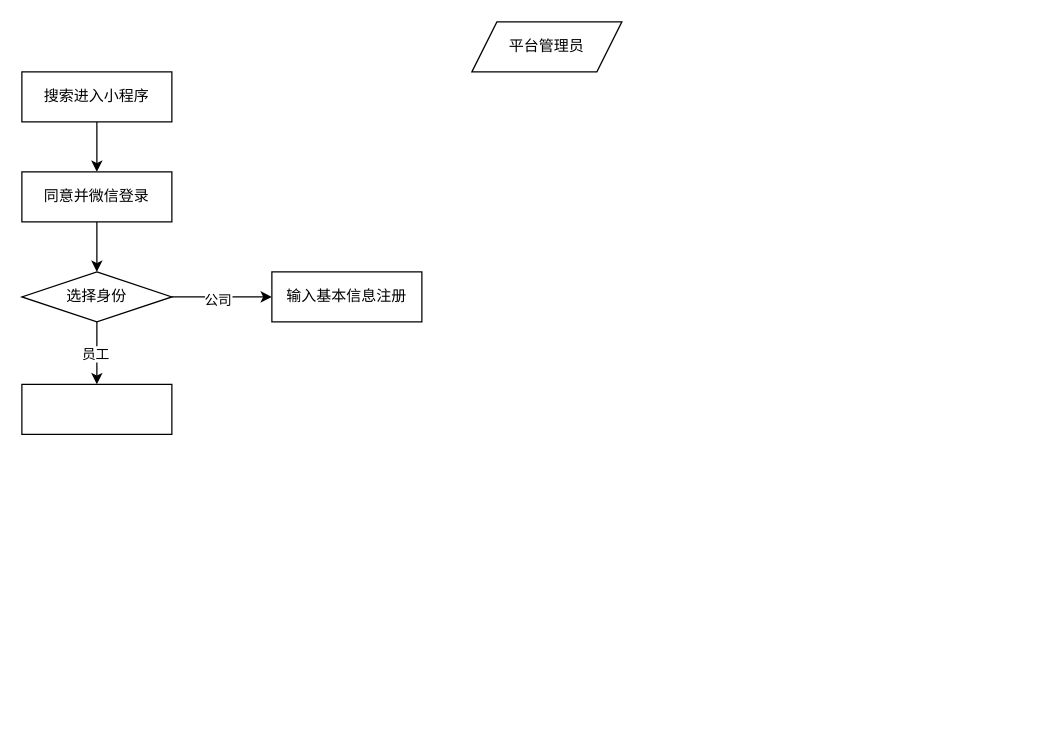
The draw.io diagram 未命名绘图.drawio in domexie/cjlu.ink.drawio, before the edit. Source tidied: cells renumbered, new cells numbered last; positions are measured from the earlier drawing's top-left corner, leaving out a move shared by most shapes. Both pictures are drawn from the tidied source at 125%, with x=0, y=0 at pixel (21, 21).
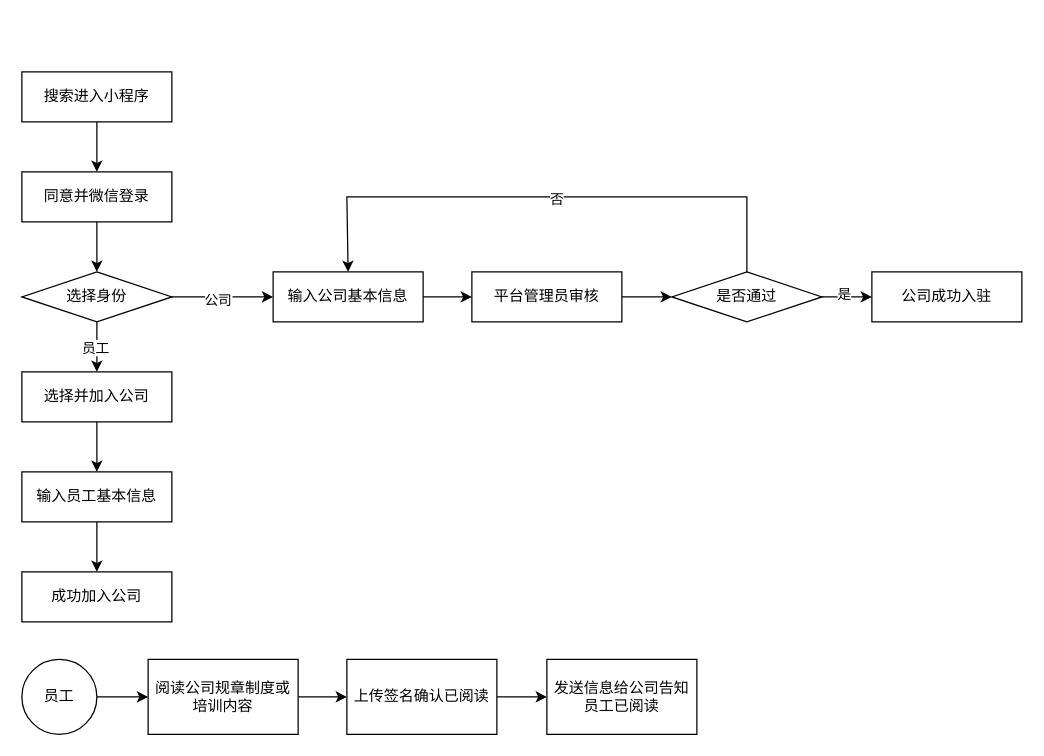
The same page after the edit.

What changed in the source:
```diff
@@
+    <mxCell id="14" style="edgeStyle=orthogonalEdgeStyle;rounded=0;jettySize=auto;html=1;" parent="1" edge="1" source="9" target="17">
+      <mxGeometry relative="1" as="geometry" />
+    </mxCell>
-    <mxCell id="9" value="输入基本信息注册" style="whiteSpace=wrap;html=1;rounded=0;" parent="1" vertex="1">
-      <mxGeometry x="200" y="200" width="120" height="40" as="geometry" />
+    <mxCell id="9" value="输入公司基本信息" style="whiteSpace=wrap;html=1;rounded=0;" parent="1" vertex="1">
+      <mxGeometry x="201" y="200" width="120" height="40" as="geometry" />
     </mxCell>
+    <mxCell id="15" style="edgeStyle=orthogonalEdgeStyle;rounded=0;jettySize=auto;html=1;" parent="1" edge="1" source="10" target="25">
+      <mxGeometry relative="1" as="geometry" />
+    </mxCell>
-    <mxCell id="10" style="whiteSpace=wrap;html=1;rounded=0;" parent="1" vertex="1">
-      <mxGeometry y="290" width="120" height="40" as="geometry" />
+    <mxCell id="10" value="选择并加入公司" style="whiteSpace=wrap;html=1;rounded=0;" parent="1" vertex="1">
+      <mxGeometry y="280" width="120" height="40" as="geometry" />
     </mxCell>
-    <mxCell id="11" value="平台管理员" style="shape=parallelogram;perimeter=parallelogramPerimeter;whiteSpace=wrap;html=1;fixedSize=1;" parent="1" vertex="1">
-      <mxGeometry x="360" width="120" height="40" as="geometry" />
-    </mxCell>
@@
+    <mxCell id="16" style="edgeStyle=orthogonalEdgeStyle;rounded=0;jettySize=auto;html=1;" parent="1" edge="1" source="17" target="22">
+      <mxGeometry relative="1" as="geometry" />
+    </mxCell>
+    <mxCell id="17" value="平台管理员审核" style="whiteSpace=wrap;html=1;rounded=0;" parent="1" vertex="1">
+      <mxGeometry x="360" y="200" width="120" height="40" as="geometry" />
+    </mxCell>
+    <mxCell id="18" style="edgeStyle=orthogonalEdgeStyle;rounded=0;jettySize=auto;html=1;exitX=0.5;exitY=0;exitDx=0;exitDy=0;entryX=0.5;entryY=0;entryDx=0;entryDy=0;" parent="1" edge="1" source="22" target="9">
+      <mxGeometry relative="1" as="geometry">
+        <Array as="points">
+          <mxPoint x="580" y="140" />
+          <mxPoint x="260" y="140" />
+        </Array>
+      </mxGeometry>
+    </mxCell>
+    <mxCell id="19" value="否" style="edgeLabel;html=1;align=center;verticalAlign=middle;" parent="18" vertex="1">
+      <mxGeometry x="-0.03" y="1" relative="1" as="geometry" />
+    </mxCell>
+    <mxCell id="20" style="edgeStyle=orthogonalEdgeStyle;rounded=0;jettySize=auto;html=1;" parent="1" edge="1" source="22" target="23">
+      <mxGeometry relative="1" as="geometry" />
+    </mxCell>
+    <mxCell id="21" value="是" style="edgeLabel;html=1;align=center;verticalAlign=middle;" parent="20" vertex="1">
+      <mxGeometry x="-0.14" y="3" relative="1" as="geometry" />
+    </mxCell>
+    <mxCell id="22" value="是否通过" style="rhombus;whiteSpace=wrap;html=1;rounded=0;" parent="1" vertex="1">
+      <mxGeometry x="520" y="200" width="120" height="40" as="geometry" />
+    </mxCell>
+    <mxCell id="23" value="公司成功入驻" style="whiteSpace=wrap;html=1;rounded=0;" parent="1" vertex="1">
+      <mxGeometry x="680" y="200" width="120" height="40" as="geometry" />
+    </mxCell>
+    <mxCell id="24" style="edgeStyle=orthogonalEdgeStyle;rounded=0;jettySize=auto;html=1;" parent="1" edge="1" source="25" target="26">
+      <mxGeometry relative="1" as="geometry" />
+    </mxCell>
+    <mxCell id="25" value="输入员工基本信息" style="whiteSpace=wrap;html=1;rounded=0;" parent="1" vertex="1">
+      <mxGeometry y="360" width="120" height="40" as="geometry" />
+    </mxCell>
+    <mxCell id="26" value="成功加入公司" style="whiteSpace=wrap;html=1;rounded=0;" parent="1" vertex="1">
+      <mxGeometry y="440" width="120" height="40" as="geometry" />
+    </mxCell>
+    <mxCell id="27" style="edgeStyle=orthogonalEdgeStyle;rounded=0;jettySize=auto;html=1;" parent="1" edge="1" source="28" target="30">
+      <mxGeometry relative="1" as="geometry" />
+    </mxCell>
+    <mxCell id="28" value="员工" style="ellipse;whiteSpace=wrap;html=1;" parent="1" vertex="1">
+      <mxGeometry y="510" width="60" height="60" as="geometry" />
+    </mxCell>
+    <mxCell id="29" style="edgeStyle=orthogonalEdgeStyle;rounded=0;jettySize=auto;html=1;" parent="1" edge="1" source="30" target="32">
+      <mxGeometry relative="1" as="geometry" />
+    </mxCell>
+    <mxCell id="30" value="阅读公司规章制度或培训内容" style="whiteSpace=wrap;html=1;" parent="1" vertex="1">
+      <mxGeometry x="101" y="510" width="120" height="60" as="geometry" />
+    </mxCell>
+    <mxCell id="31" style="edgeStyle=orthogonalEdgeStyle;rounded=0;jettySize=auto;html=1;" parent="1" edge="1" source="32" target="33">
+      <mxGeometry relative="1" as="geometry" />
+    </mxCell>
+    <mxCell id="32" value="上传签名确认已阅读" style="whiteSpace=wrap;html=1;" parent="1" vertex="1">
+      <mxGeometry x="260" y="510" width="120" height="60" as="geometry" />
+    </mxCell>
+    <mxCell id="33" value="发送信息给公司告知员工已阅读" style="whiteSpace=wrap;html=1;" parent="1" vertex="1">
+      <mxGeometry x="420" y="510" width="120" height="60" as="geometry" />
+    </mxCell>
```
